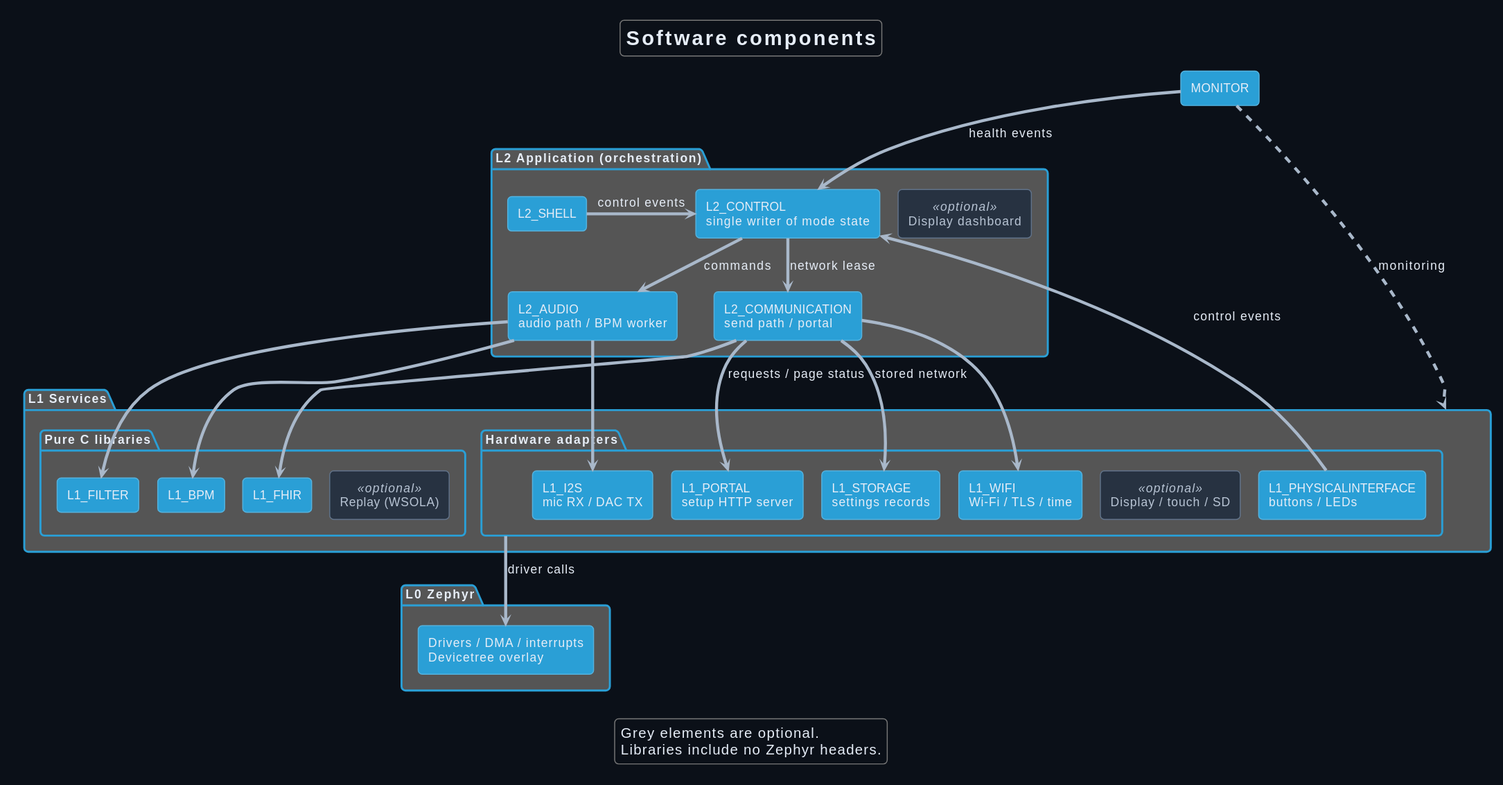
DemonicPsychoII/DigitalStethoscope keeps this PlantUML diagram as Development/system/architecture/system/rendered/software_components.svg. Above is the earlier version.
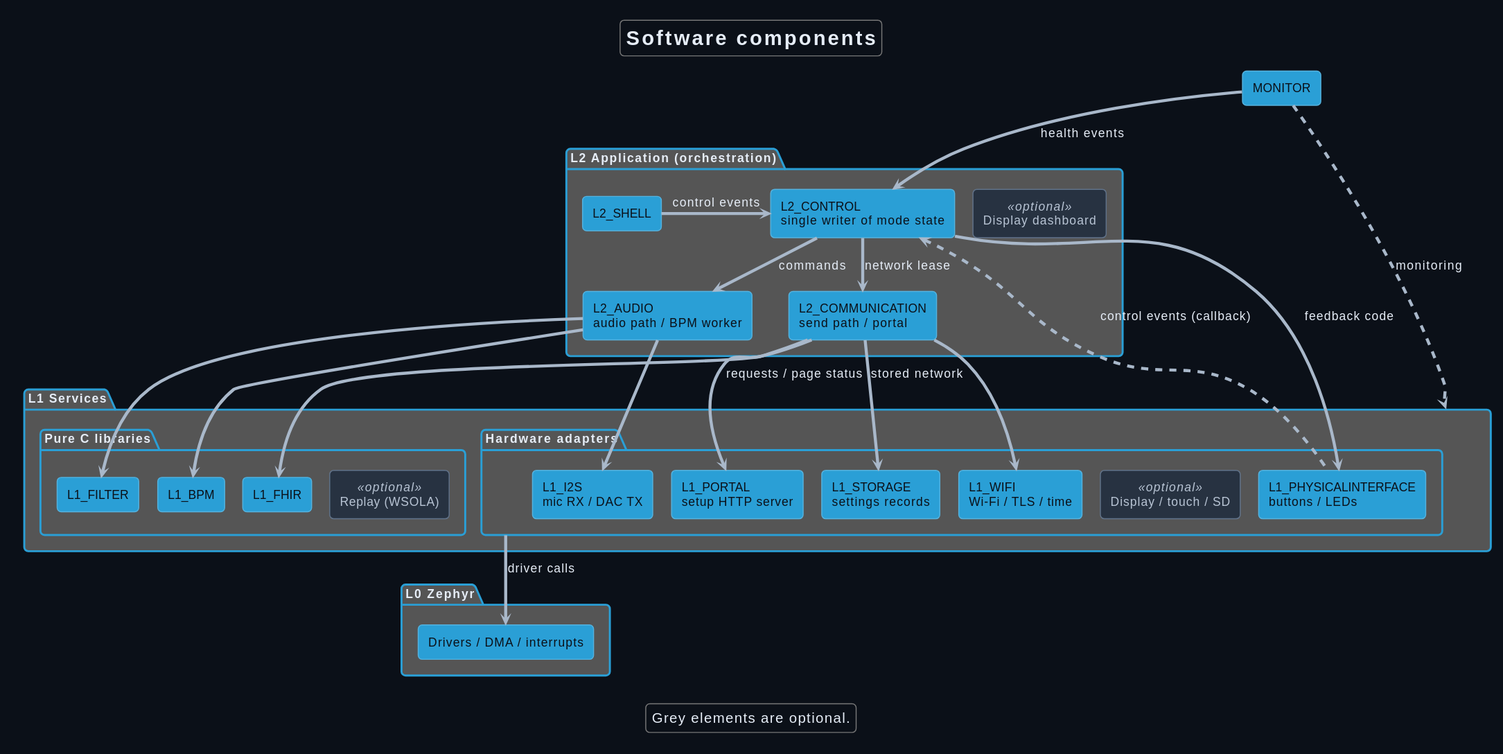
After the commit.

Diff of the diagram source:
```diff
@@ -6,6 +6,7 @@
 skinparam defaultFontColor #e6edf7
 skinparam ArrowColor #a9b8ca
 skinparam component {
+ FontColor #0b1018
  BackgroundColor<<optional>> #273241
  BorderColor<<optional>> #61738a
  FontColor<<optional>> #b8c4d4
@@ -52,10 +53,11 @@
  }
 }
 package "L0 Zephyr" as platform {
- component "Drivers / DMA / interrupts\nDevicetree overlay" as zephyr
+ component "Drivers / DMA / interrupts" as zephyr
 }
 shell -right-> ctl : control events
-phy -up-> ctl : control events
+ctl -down-> phy : feedback code
+phy .up.> ctl : control events (callback)
 ctl -down-> aud : commands
 ctl -down-> com : network lease
 aud -down-> i2s
@@ -70,6 +72,5 @@
 mon ..> services : monitoring
 legend bottom
   Grey elements are optional.
-  Libraries include no Zephyr headers.
 endlegend
 @enduml
```
